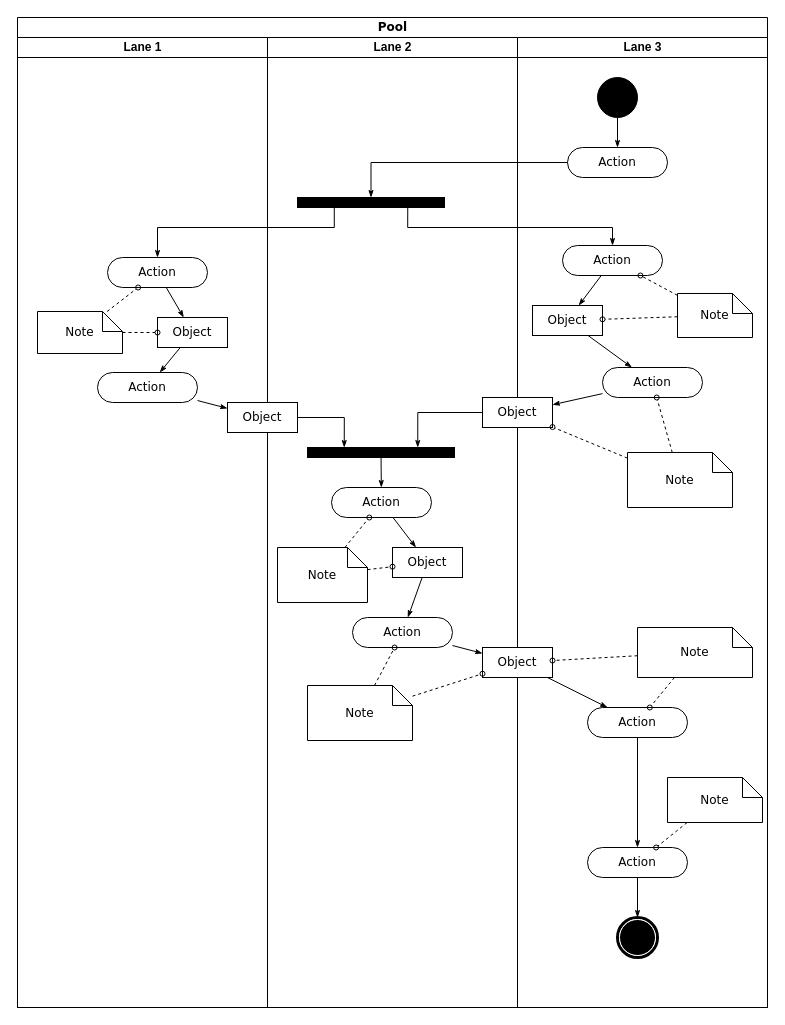
Above: Untitled Diagram.drawio in mohanshenoy/test-repository-1 (draw.io), before the change. Source tidied: cells renumbered, new cells numbered last; positions are measured from the earlier drawing's top-left corner, leaving out a move shared by most shapes. Both pictures are drawn from the tidied source at 100%, with x=0, y=0 at pixel (17, 17).
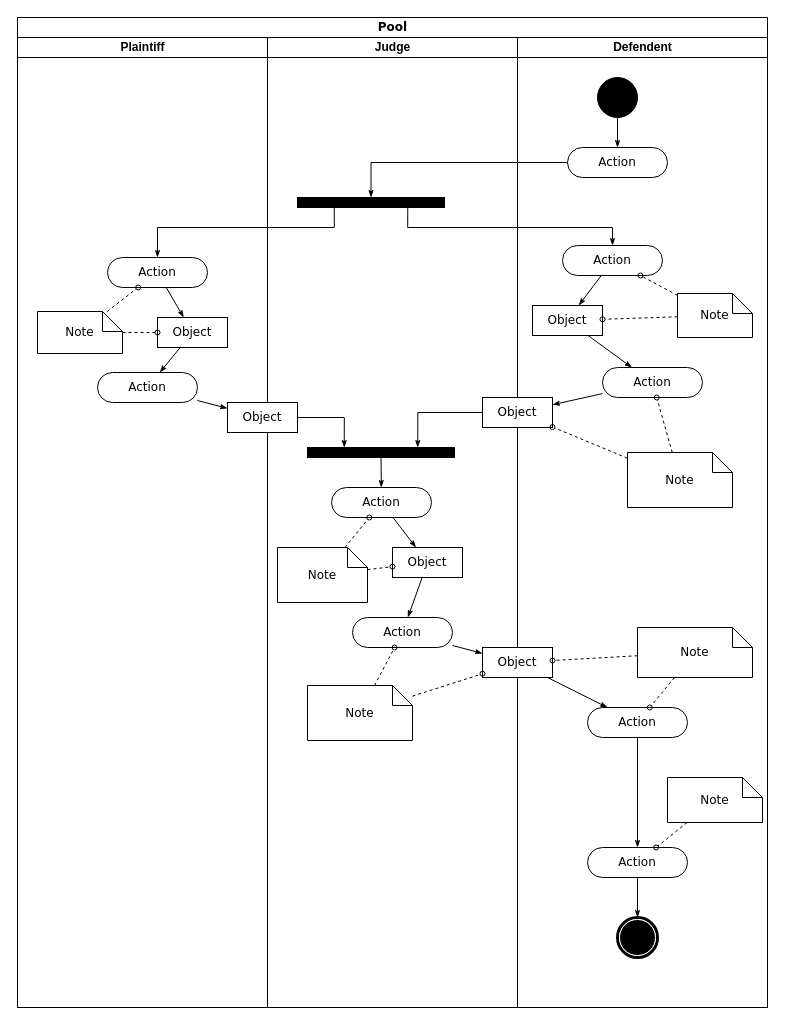
Above is the later version.

Commit message:
unicourt docket flow

The change refers to these unchanged cells:
```xml
<mxCell id="2" value="Pool" style="swimlane;html=1;startSize=20;rounded=0;shadow=0;comic=0;labelBackgroundColor=none;strokeWidth=1;fontFamily=Verdana;fontSize=12;align=center;" parent="1" vertex="1">
  <mxGeometry width="750" height="990" as="geometry" />
</mxCell>
```

The edit, as a diff of the source:
```diff
@@
-    <mxCell id="3" value="Lane 1" style="swimlane;html=1;startSize=20;" parent="2" vertex="1">
+    <mxCell id="3" value="Plaintiff" style="swimlane;html=1;startSize=20;" parent="2" vertex="1">
       <mxGeometry y="20" width="250" height="970" as="geometry" />
     </mxCell>
@@
-    <mxCell id="12" value="Lane 2" style="swimlane;html=1;startSize=20;" parent="2" vertex="1">
+    <mxCell id="12" value="Judge" style="swimlane;html=1;startSize=20;" parent="2" vertex="1">
       <mxGeometry x="250" y="20" width="250" height="970" as="geometry" />
     </mxCell>
@@
-    <mxCell id="28" value="Lane 3" style="swimlane;html=1;startSize=20;" parent="2" vertex="1">
+    <mxCell id="28" value="Defendent" style="swimlane;html=1;startSize=20;" parent="2" vertex="1">
       <mxGeometry x="500" y="20" width="250" height="970" as="geometry" />
     </mxCell>
```
